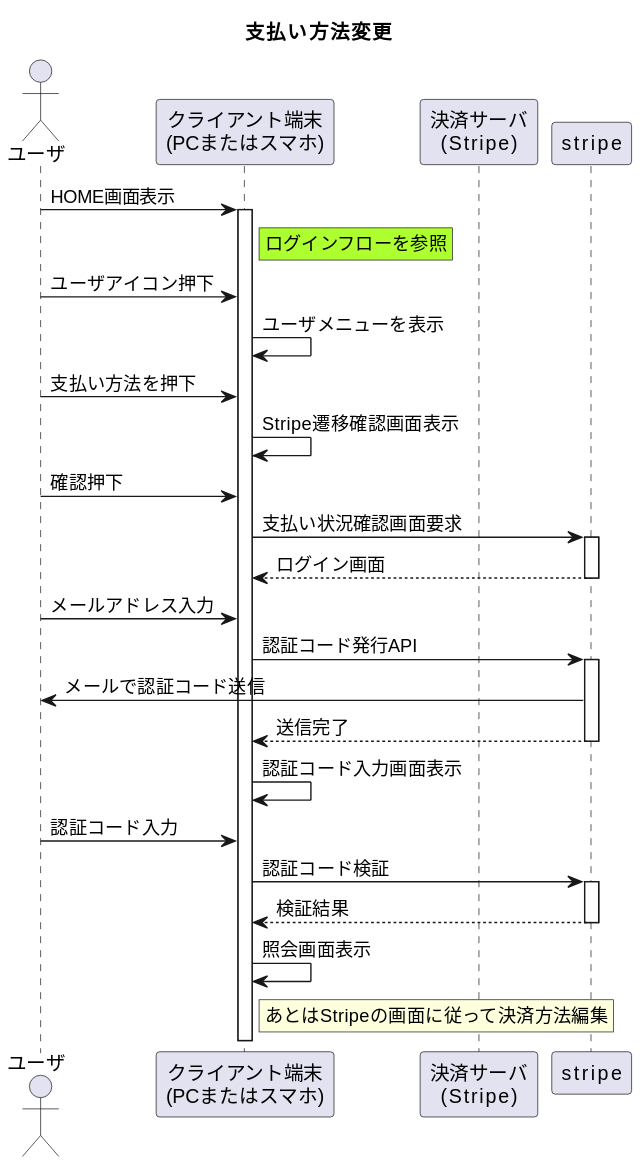
The PlantUML diagram 01_Sequences/01_UserRegistration/03_ChangeCreditCard_Flow/changeCreditCardFlow.svg in Sonic-Host/documents, before a commit.
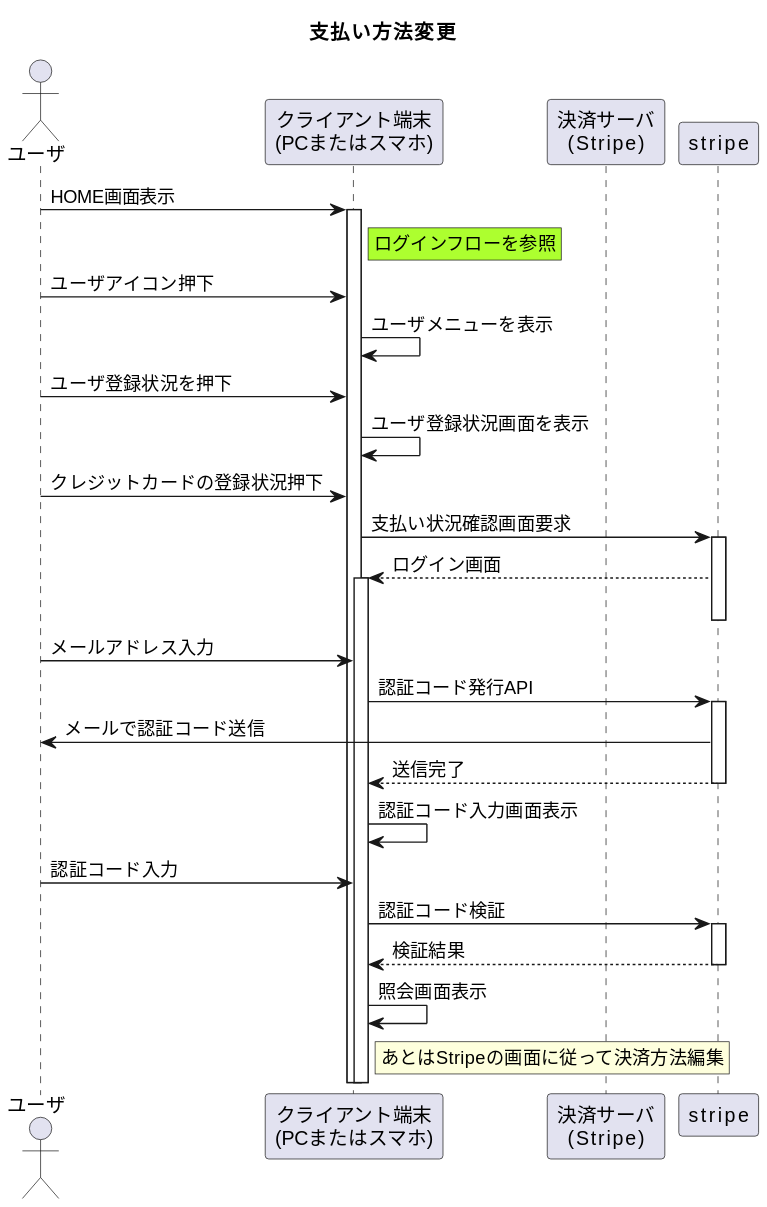
After the change.

The edit, as a diff of the source:
```diff
@@ -11,11 +11,11 @@
 end note
 user -> device : ユーザアイコン押下
 device -> device : ユーザメニューを表示
-user -> device : 支払い方法を押下
-device -> device : Stripe遷移確認画面表示
-user -> device : 確認押下
+user -> device : ユーザ登録状況を押下
+device -> device : ユーザ登録状況画面を表示
+user -> device : クレジットカードの登録状況押下
 device -> stripe ++ : 支払い状況確認画面要求
-device <-- stripe -- : ログイン画面
+device <-- stripe ++-- : ログイン画面
 user -> device : メールアドレス入力
 device -> stripe ++ : 認証コード発行API
 stripe -> user : メールで認証コード送信
```
